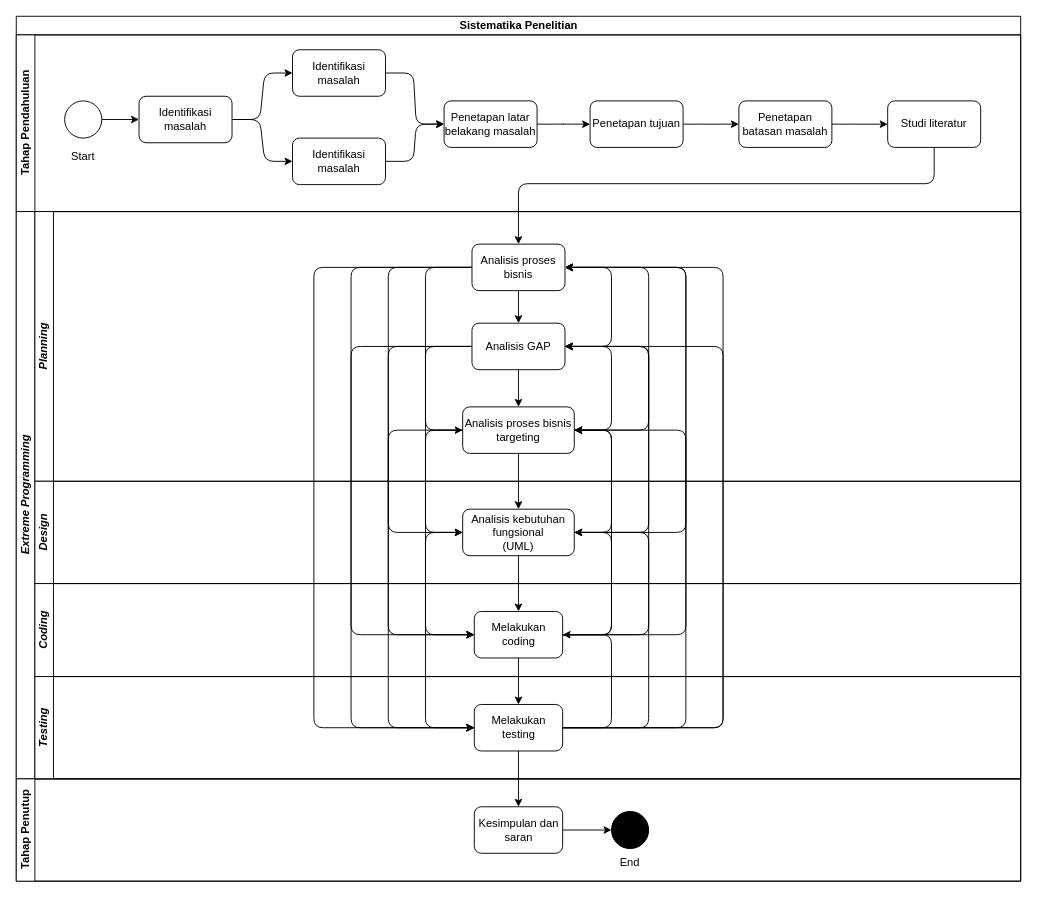
Above: requirements/Sistematika Penelitian.drawio in foxxxesky/Final-Projects-Backend-OVO (draw.io), before the change. Source tidied: cells renumbered, new cells numbered last; positions are measured from the earlier drawing's top-left corner, leaving out a move shared by most shapes. Both pictures are drawn from the tidied source at 93%, with x=0, y=0 at pixel (16, 16).
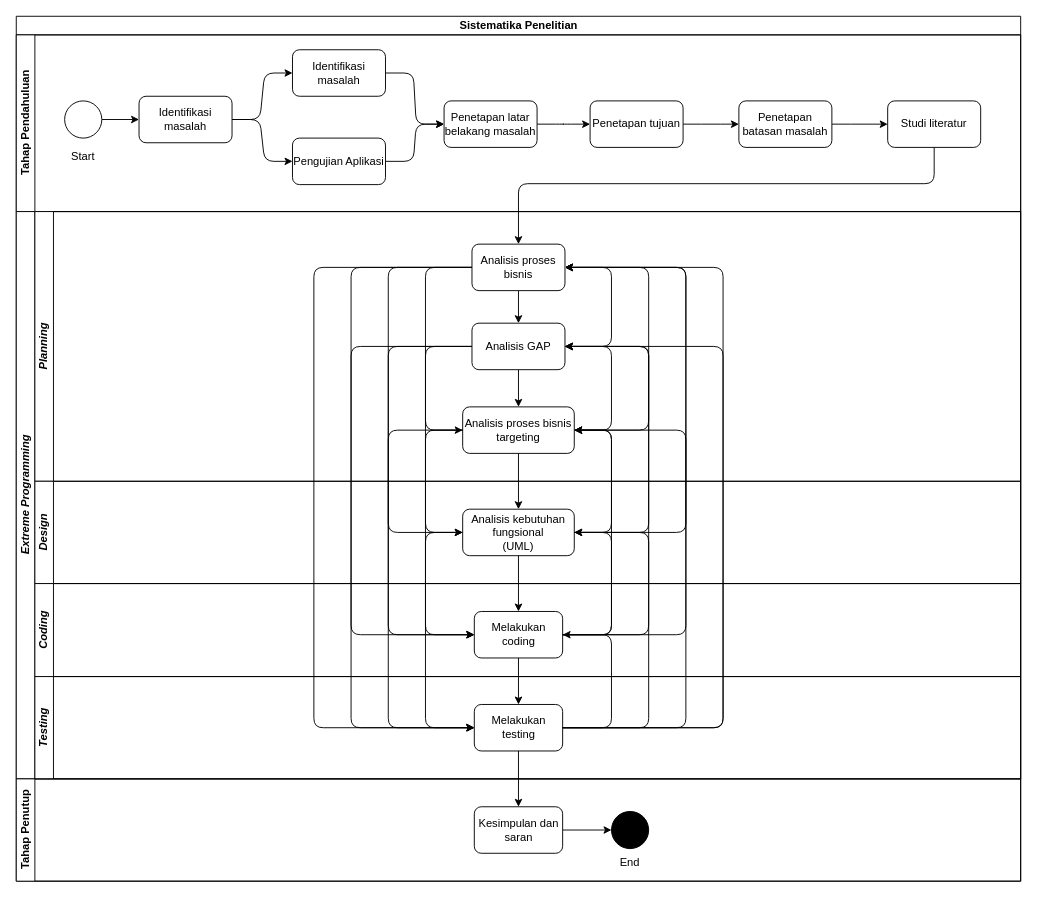
After the change.

Unchanged cells that the change refers to:
```xml
<mxCell id="3" value="Tahap Pendahuluan" style="swimlane;startSize=20;horizontal=0;html=1;" parent="2" vertex="1">
  <mxGeometry y="20" width="1080" height="190" as="geometry" />
</mxCell>
```

The edit, as a diff of the source:
```diff
@@
-    <mxCell id="10" value="Identifikasi masalah" style="rounded=1;whiteSpace=wrap;html=1;" parent="3" vertex="1">
+    <mxCell id="10" value="Pengujian Aplikasi" style="rounded=1;whiteSpace=wrap;html=1;" parent="3" vertex="1">
       <mxGeometry x="297" y="111" width="100" height="50" as="geometry" />
     </mxCell>
```
